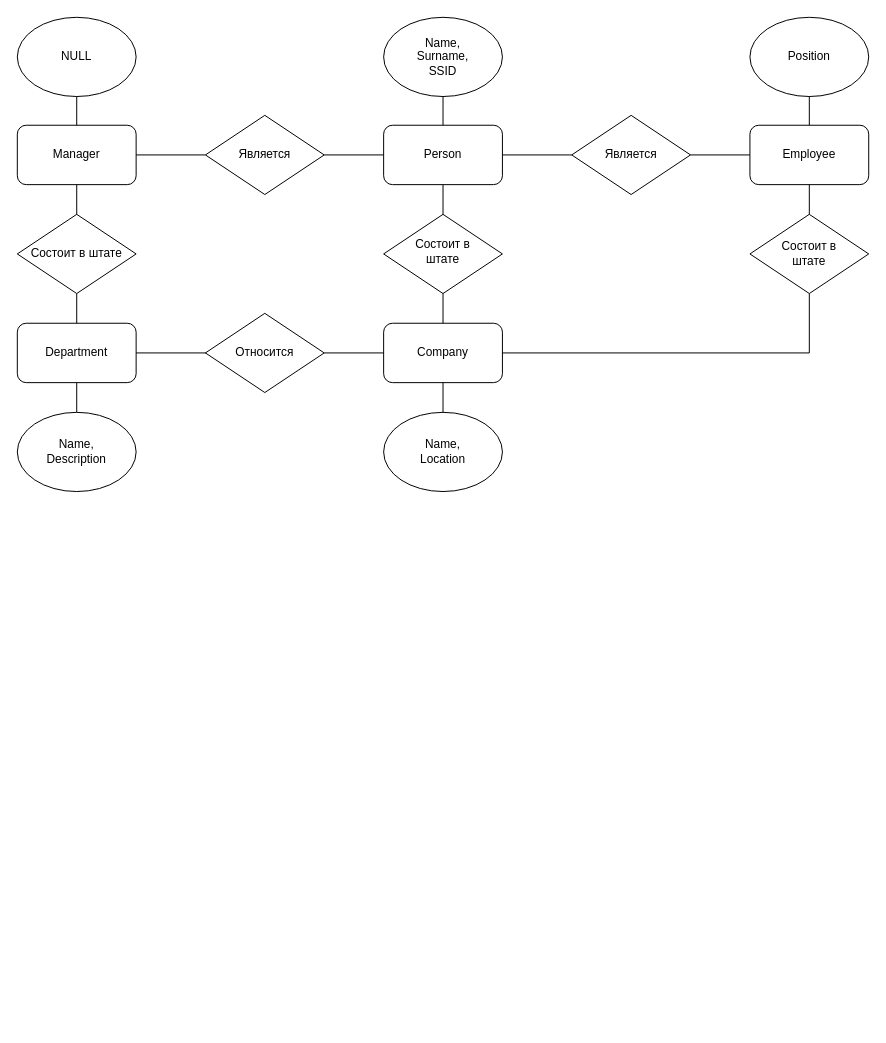
VanShi87/data-engineer-2023-11 keeps this draw.io diagram as Lesson_2/Task.drawio. Above is the earlier version. Source tidied: cells renumbered, new cells numbered last; positions are measured from the earlier drawing's top-left corner, leaving out a move shared by most shapes. Both pictures are drawn from the tidied source at 99%, with x=0, y=0 at pixel (17, 17).
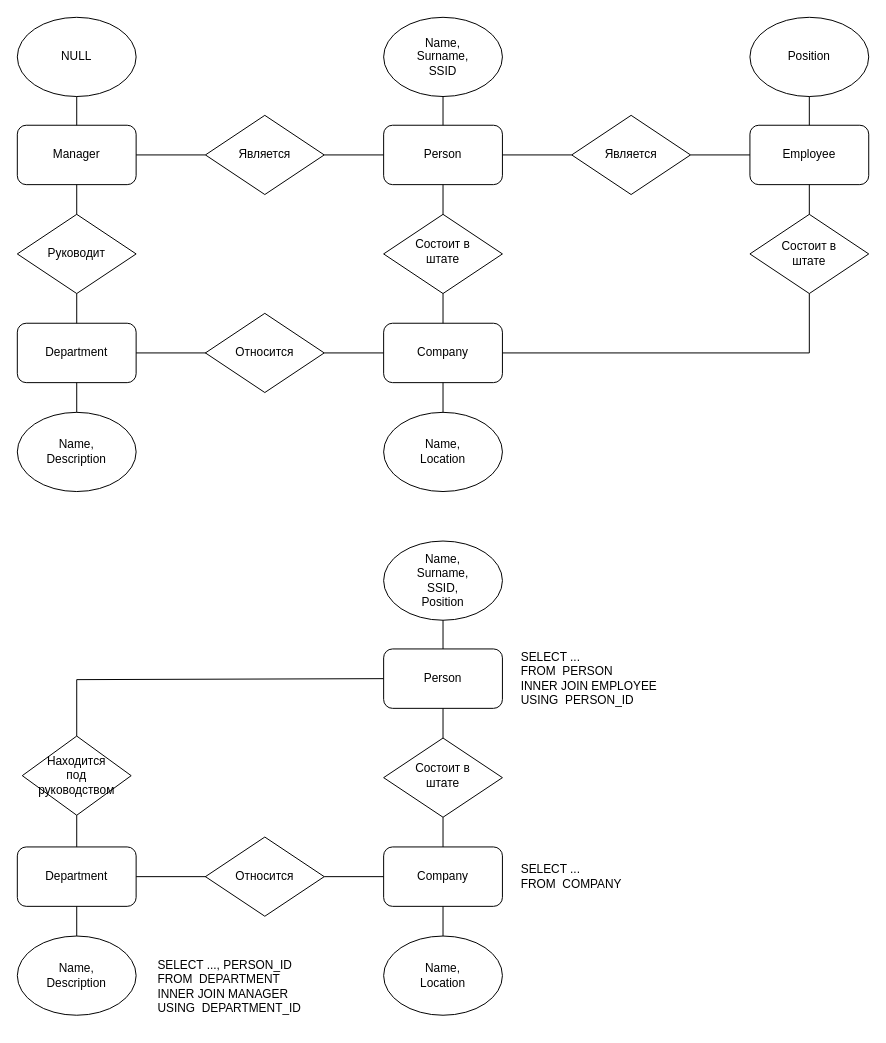
After the change.

Commit message:
Обновление Lesson_2/Task.drawio

Diff of the diagram source:
```diff
@@
-    <mxCell id="10" value="Состоит в штате" style="rhombus;whiteSpace=wrap;html=1;" parent="1" vertex="1">
+    <mxCell id="10" value="Руководит" style="rhombus;whiteSpace=wrap;html=1;" parent="1" vertex="1">
       <mxGeometry y="199" width="120" height="80" as="geometry" />
     </mxCell>
@@
+    <mxCell id="50" style="rounded=1;whiteSpace=wrap;html=1;" parent="1" vertex="1">
+      <mxGeometry x="370" y="638" width="120" height="60" as="geometry" />
+    </mxCell>
+    <mxCell id="51" style="rounded=1;whiteSpace=wrap;html=1;" parent="1" vertex="1">
+      <mxGeometry y="838" width="120" height="60" as="geometry" />
+    </mxCell>
+    <mxCell id="52" style="rounded=1;whiteSpace=wrap;html=1;" parent="1" vertex="1">
+      <mxGeometry x="370" y="838" width="120" height="60" as="geometry" />
+    </mxCell>
+    <mxCell id="53" style="ellipse;whiteSpace=wrap;html=1;" parent="1" vertex="1">
+      <mxGeometry y="928" width="120" height="80" as="geometry" />
+    </mxCell>
+    <mxCell id="54" style="ellipse;whiteSpace=wrap;html=1;" parent="1" vertex="1">
+      <mxGeometry x="370" y="928" width="120" height="80" as="geometry" />
+    </mxCell>
+    <mxCell id="55" style="ellipse;whiteSpace=wrap;html=1;" parent="1" vertex="1">
+      <mxGeometry x="370" y="529" width="120" height="80" as="geometry" />
+    </mxCell>
+    <mxCell id="56" style="rhombus;whiteSpace=wrap;html=1;" parent="1" vertex="1">
+      <mxGeometry x="370" y="728" width="120" height="80" as="geometry" />
+    </mxCell>
+    <mxCell id="57" style="rhombus;whiteSpace=wrap;html=1;" parent="1" vertex="1">
+      <mxGeometry x="190" y="828" width="120" height="80" as="geometry" />
+    </mxCell>
+    <mxCell id="58" style="endArrow=none;html=1;rounded=0;entryX=0.5;entryY=1;entryDx=0;entryDy=0;" parent="1" edge="1" source="50" target="55">
+      <mxGeometry relative="1" as="geometry" />
+    </mxCell>
+    <mxCell id="59" style="endArrow=none;html=1;rounded=0;" parent="1" edge="1" source="51">
+      <mxGeometry relative="1" as="geometry">
+        <mxPoint x="190.7" y="868" as="targetPoint" />
+      </mxGeometry>
+    </mxCell>
+    <mxCell id="60" style="endArrow=none;html=1;rounded=0;" parent="1" edge="1" source="57">
+      <mxGeometry relative="1" as="geometry">
+        <mxPoint x="370" y="868" as="targetPoint" />
+      </mxGeometry>
+    </mxCell>
+    <mxCell id="61" style="endArrow=none;html=1;rounded=0;" parent="1" edge="1" source="51">
+      <mxGeometry relative="1" as="geometry">
+        <mxPoint x="60" y="928" as="targetPoint" />
+      </mxGeometry>
+    </mxCell>
+    <mxCell id="62" style="endArrow=none;html=1;rounded=0;" parent="1" edge="1" source="52">
+      <mxGeometry relative="1" as="geometry">
+        <mxPoint x="430" y="808" as="targetPoint" />
+      </mxGeometry>
+    </mxCell>
+    <mxCell id="63" style="endArrow=none;html=1;rounded=0;entryX=0.5;entryY=1;entryDx=0;entryDy=0;exitX=0.5;exitY=0;exitDx=0;exitDy=0;" parent="1" edge="1" source="56" target="50">
+      <mxGeometry relative="1" as="geometry" />
+    </mxCell>
+    <mxCell id="64" style="endArrow=none;html=1;rounded=0;" parent="1" edge="1" source="52">
+      <mxGeometry relative="1" as="geometry">
+        <mxPoint x="430" y="928" as="targetPoint" />
+      </mxGeometry>
+    </mxCell>
+    <mxCell id="65" value="Person" style="text;html=1;strokeColor=none;fillColor=none;align=center;verticalAlign=middle;whiteSpace=wrap;rounded=0;" parent="1" vertex="1">
+      <mxGeometry x="400" y="653" width="60" height="30" as="geometry" />
+    </mxCell>
+    <mxCell id="66" value="Department" style="text;html=1;strokeColor=none;fillColor=none;align=center;verticalAlign=middle;whiteSpace=wrap;rounded=0;" parent="1" vertex="1">
+      <mxGeometry x="30" y="853" width="60" height="30" as="geometry" />
+    </mxCell>
+    <mxCell id="67" value="Company" style="text;html=1;strokeColor=none;fillColor=none;align=center;verticalAlign=middle;whiteSpace=wrap;rounded=0;" parent="1" vertex="1">
+      <mxGeometry x="400" y="853" width="60" height="30" as="geometry" />
+    </mxCell>
+    <mxCell id="68" value="Name, Surname, SSID, Position" style="text;html=1;strokeColor=none;fillColor=none;align=center;verticalAlign=middle;whiteSpace=wrap;rounded=0;" parent="1" vertex="1">
+      <mxGeometry x="400" y="554" width="60" height="30" as="geometry" />
+    </mxCell>
+    <mxCell id="69" value="Name, Description" style="text;html=1;strokeColor=none;fillColor=none;align=center;verticalAlign=middle;whiteSpace=wrap;rounded=0;" parent="1" vertex="1">
+      <mxGeometry x="30" y="953" width="60" height="30" as="geometry" />
+    </mxCell>
+    <mxCell id="70" value="Name, Location" style="text;html=1;strokeColor=none;fillColor=none;align=center;verticalAlign=middle;whiteSpace=wrap;rounded=0;" parent="1" vertex="1">
+      <mxGeometry x="400" y="953" width="60" height="30" as="geometry" />
+    </mxCell>
+    <mxCell id="71" value="Относится" style="text;html=1;strokeColor=none;fillColor=none;align=center;verticalAlign=middle;whiteSpace=wrap;rounded=0;" parent="1" vertex="1">
+      <mxGeometry x="220" y="853" width="60" height="30" as="geometry" />
+    </mxCell>
+    <mxCell id="72" value="Состоит в штате" style="text;html=1;strokeColor=none;fillColor=none;align=center;verticalAlign=middle;whiteSpace=wrap;rounded=0;" parent="1" vertex="1">
+      <mxGeometry x="400" y="751" width="60" height="30" as="geometry" />
+    </mxCell>
+    <mxCell id="73" style="rhombus;whiteSpace=wrap;html=1;" parent="1" vertex="1">
+      <mxGeometry x="5" y="726" width="110" height="80" as="geometry" />
+    </mxCell>
+    <mxCell id="74" style="endArrow=none;html=1;rounded=0;entryX=0;entryY=0.5;entryDx=0;entryDy=0;exitX=0.5;exitY=0;exitDx=0;exitDy=0;" parent="1" edge="1" source="73" target="50">
+      <mxGeometry relative="1" as="geometry">
+        <Array as="points">
+          <mxPoint x="60" y="669" />
+        </Array>
+      </mxGeometry>
+    </mxCell>
+    <mxCell id="75" style="endArrow=none;html=1;rounded=0;exitX=0.5;exitY=0;exitDx=0;exitDy=0;entryX=0.5;entryY=1;entryDx=0;entryDy=0;" parent="1" edge="1" source="51" target="73">
+      <mxGeometry relative="1" as="geometry" />
+    </mxCell>
+    <mxCell id="76" value="Находится под руководством" style="text;html=1;strokeColor=none;fillColor=none;align=center;verticalAlign=middle;whiteSpace=wrap;rounded=0;" parent="1" vertex="1">
+      <mxGeometry x="30" y="751" width="60" height="30" as="geometry" />
+    </mxCell>
+    <mxCell id="77" value="SELECT ... &lt;br&gt;FROM&amp;nbsp; PERSON &lt;br&gt;INNER JOIN EMPLOYEE &lt;br&gt;USING&amp;nbsp; PERSON_ID" style="text;html=1;strokeColor=none;fillColor=none;align=left;verticalAlign=middle;whiteSpace=wrap;rounded=0;" parent="1" vertex="1">
+      <mxGeometry x="507" y="628" width="250" height="80" as="geometry" />
+    </mxCell>
+    <mxCell id="78" value="SELECT ... &lt;br&gt;FROM&amp;nbsp; COMPANY" style="text;html=1;strokeColor=none;fillColor=none;align=left;verticalAlign=middle;whiteSpace=wrap;rounded=0;" parent="1" vertex="1">
+      <mxGeometry x="507" y="828" width="250" height="80" as="geometry" />
+    </mxCell>
+    <mxCell id="79" value="SELECT ..., PERSON_ID&lt;br&gt;FROM&amp;nbsp; DEPARTMENT&lt;br&gt;INNER JOIN MANAGER&lt;br&gt;USING&amp;nbsp; DEPARTMENT_ID" style="text;html=1;strokeColor=none;fillColor=none;align=left;verticalAlign=middle;whiteSpace=wrap;rounded=0;" parent="1" vertex="1">
+      <mxGeometry x="140" y="939" width="250" height="80" as="geometry" />
+    </mxCell>
```
